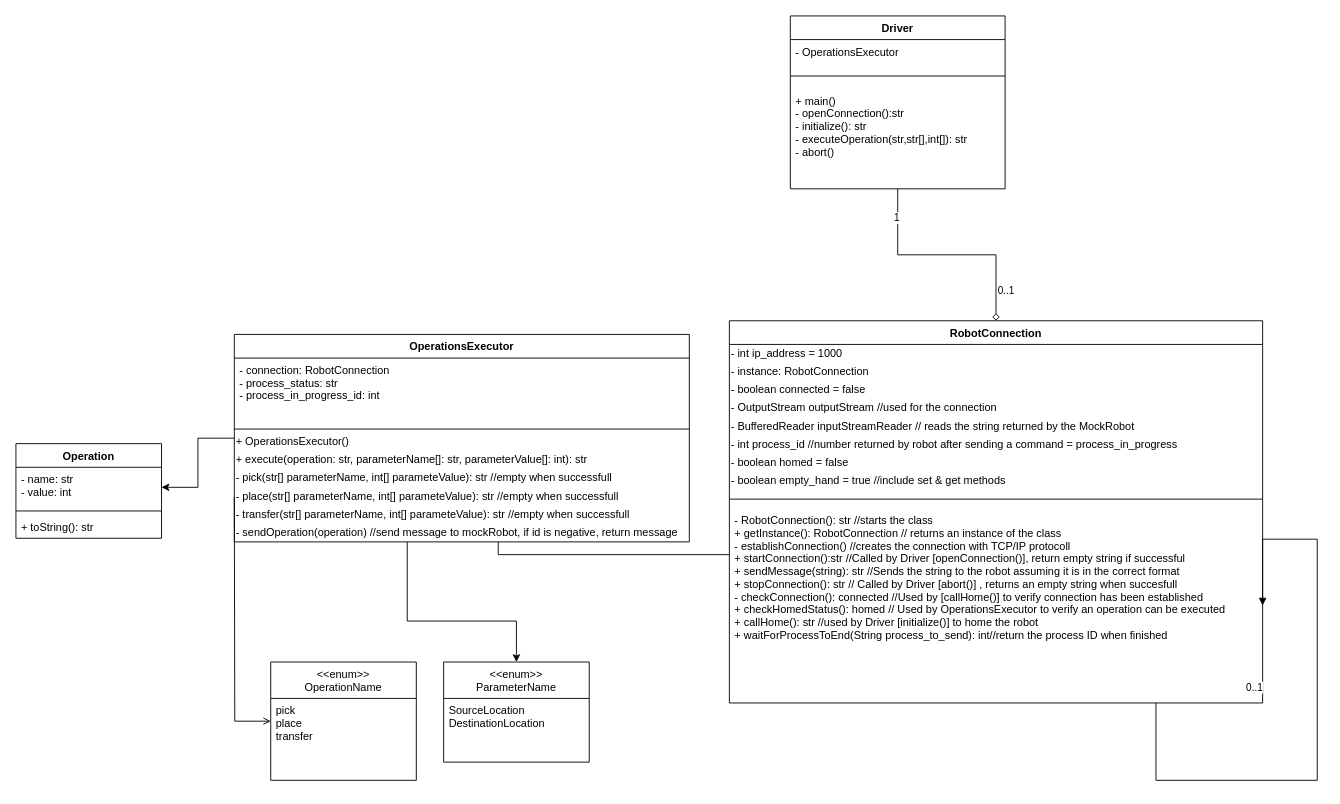
This is Documentation/Driver Class Diagram.drawio from CristinaRiveraV/MockRobot_Device_Driver, a draw.io file, before an edit. Source tidied: cells renumbered, new cells numbered last; positions are measured from the earlier drawing's top-left corner, leaving out a move shared by most shapes. Both pictures are drawn from the tidied source at 91%, with x=0, y=0 at pixel (15, 15).
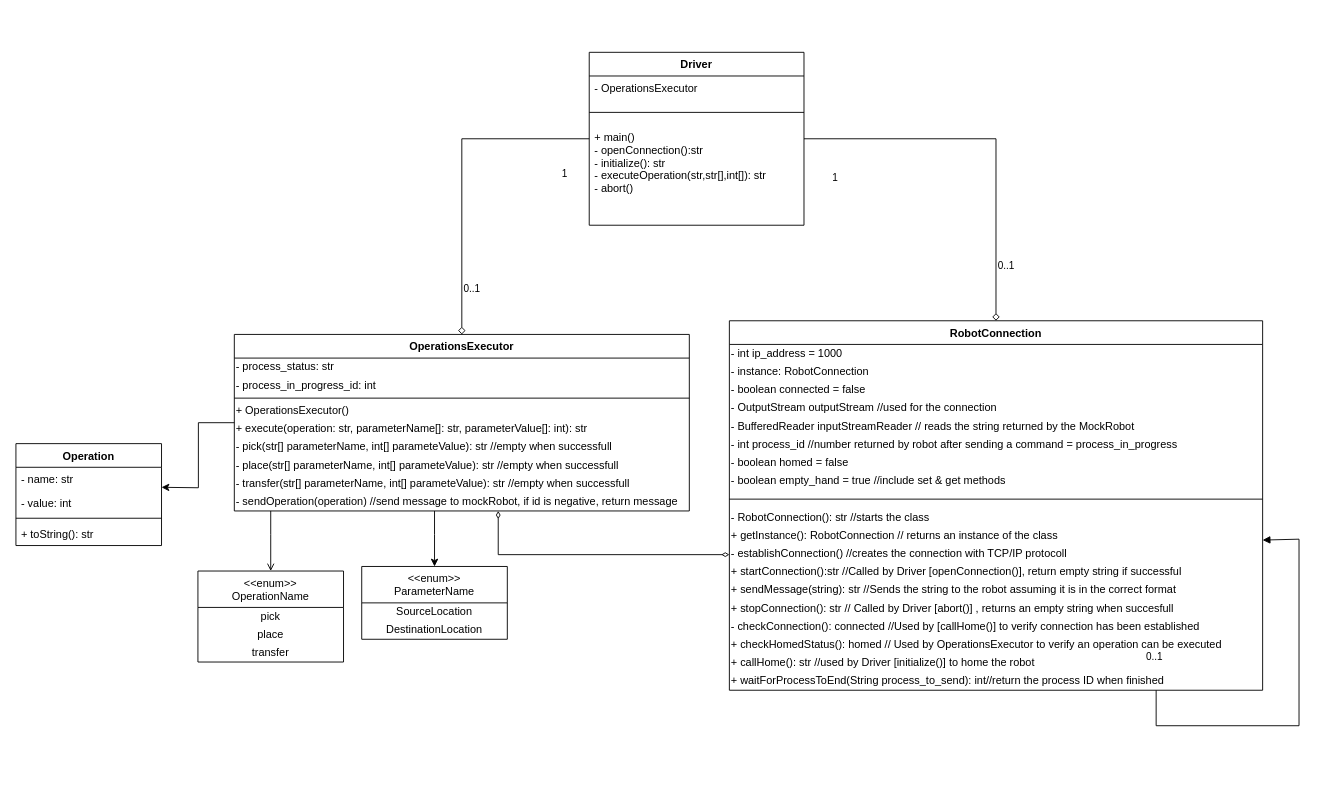
Above is the later version.

The change refers to these unchanged cells:
```xml
<mxCell id="5" value="+ main()&#10;- openConnection():str&#10;- initialize(): str&#10;- executeOperation(str,str[],int[]): str&#10;- abort()&#10;" style="text;strokeColor=none;fillColor=none;align=left;verticalAlign=top;spacingLeft=4;spacingRight=4;overflow=hidden;points=[[0,0.5],[1,0.5]];portConstraint=eastwest;" parent="2" vertex="1">
  <mxGeometry y="80" width="236" height="110" as="geometry" />
</mxCell>
```

The edit, as a diff of the source:
```diff
@@
     <mxCell id="2" value="Driver" style="swimlane;fontStyle=1;align=center;verticalAlign=top;horizontal=1;startSize=26;" parent="1" vertex="1">
-      <mxGeometry x="851" width="236" height="190" as="geometry" />
+      <mxGeometry x="630" y="40" width="236" height="190" as="geometry" />
     </mxCell>
@@
     <mxCell id="6" value="RobotConnection" style="swimlane;fontStyle=1;align=center;verticalAlign=top;horizontal=1;startSize=26;" parent="1" vertex="1">
-      <mxGeometry x="784" y="335" width="586" height="420" as="geometry" />
+      <mxGeometry x="784" y="335" width="586" height="406" as="geometry" />
     </mxCell>
@@
-    <mxCell id="16" value="- RobotConnection(): str //starts the class &#10;+ getInstance(): RobotConnection // returns an instance of the class&#10;- establishConnection() //creates the connection with TCP/IP protocoll&#10;+ startConnection():str //Called by Driver [openConnection()], return empty string if successful&#10;+ sendMessage(string): str //Sends the string to the robot assuming it is in the correct format&#10;+ stopConnection(): str // Called by Driver [abort()] , returns an empty string when succesfull&#10;- checkConnection(): connected //Used by [callHome()] to verify connection has been established&#10;+ checkHomedStatus(): homed // Used by OperationsExecutor to verify an operation can be executed&#10;+ callHome(): str //used by Driver [initialize()] to home the robot&#10;+ waitForProcessToEnd(String process_to_send): int//return the process ID when finished" style="text;strokeColor=none;fillColor=none;align=left;verticalAlign=top;spacingLeft=4;spacingRight=4;overflow=hidden;points=[[0,0.5],[1,0.5]];portConstraint=eastwest;labelBackgroundColor=none;" parent="6" vertex="1">
-      <mxGeometry y="206" width="586" height="214" as="geometry" />
-    </mxCell>
+    <mxCell id="43" value="&lt;span&gt;- RobotConnection(): str //starts the class&amp;nbsp;&lt;/span&gt;" style="text;html=1;strokeColor=none;fillColor=none;align=left;verticalAlign=middle;whiteSpace=wrap;rounded=0;labelBackgroundColor=none;" parent="6" vertex="1">
+      <mxGeometry y="206" width="586" height="20" as="geometry" />
+    </mxCell>
+    <mxCell id="44" value="&lt;span&gt;+ getInstance(): RobotConnection // returns an instance of the class&lt;/span&gt;" style="text;html=1;strokeColor=none;fillColor=none;align=left;verticalAlign=middle;whiteSpace=wrap;rounded=0;labelBackgroundColor=none;" parent="6" vertex="1">
+      <mxGeometry y="226" width="586" height="20" as="geometry" />
+    </mxCell>
+    <mxCell id="45" value="&lt;span&gt;- establishConnection() //creates the connection with TCP/IP protocoll&lt;/span&gt;" style="text;html=1;strokeColor=none;fillColor=none;align=left;verticalAlign=middle;whiteSpace=wrap;rounded=0;labelBackgroundColor=none;" parent="6" vertex="1">
+      <mxGeometry y="246" width="586" height="20" as="geometry" />
+    </mxCell>
+    <mxCell id="46" value="&lt;span&gt;+ startConnection():str //Called by Driver [openConnection()], return empty string if successful&lt;/span&gt;" style="text;html=1;strokeColor=none;fillColor=none;align=left;verticalAlign=middle;whiteSpace=wrap;rounded=0;labelBackgroundColor=none;" parent="6" vertex="1">
+      <mxGeometry y="266" width="586" height="20" as="geometry" />
+    </mxCell>
+    <mxCell id="47" value="&lt;span&gt;+ sendMessage(string): str //Sends the string to the robot assuming it is in the correct format&lt;/span&gt;" style="text;html=1;strokeColor=none;fillColor=none;align=left;verticalAlign=middle;whiteSpace=wrap;rounded=0;labelBackgroundColor=none;" parent="6" vertex="1">
+      <mxGeometry y="286" width="586" height="20" as="geometry" />
+    </mxCell>
+    <mxCell id="48" value="&lt;span&gt;+ stopConnection(): str // Called by Driver [abort()] , returns an empty string when succesfull&lt;/span&gt;" style="text;html=1;strokeColor=none;fillColor=none;align=left;verticalAlign=middle;whiteSpace=wrap;rounded=0;labelBackgroundColor=none;" parent="6" vertex="1">
+      <mxGeometry y="306" width="586" height="20" as="geometry" />
+    </mxCell>
+    <mxCell id="49" value="&lt;span&gt;- checkConnection(): connected //Used by [callHome()] to verify connection has been established&lt;/span&gt;" style="text;html=1;strokeColor=none;fillColor=none;align=left;verticalAlign=middle;whiteSpace=wrap;rounded=0;labelBackgroundColor=none;" parent="6" vertex="1">
+      <mxGeometry y="326" width="586" height="20" as="geometry" />
+    </mxCell>
+    <mxCell id="50" value="&lt;span&gt;+ checkHomedStatus(): homed // Used by OperationsExecutor to verify an operation can be executed&lt;/span&gt;" style="text;html=1;strokeColor=none;fillColor=none;align=left;verticalAlign=middle;whiteSpace=wrap;rounded=0;labelBackgroundColor=none;" parent="6" vertex="1">
+      <mxGeometry y="346" width="586" height="20" as="geometry" />
+    </mxCell>
+    <mxCell id="51" value="&lt;span&gt;+ callHome(): str //used by Driver [initialize()] to home the robot&lt;/span&gt;" style="text;html=1;strokeColor=none;fillColor=none;align=left;verticalAlign=middle;whiteSpace=wrap;rounded=0;labelBackgroundColor=none;" parent="6" vertex="1">
+      <mxGeometry y="366" width="586" height="20" as="geometry" />
+    </mxCell>
+    <mxCell id="52" value="&lt;span&gt;+ waitForProcessToEnd(String process_to_send): int//return the process ID when finished&lt;/span&gt;" style="text;html=1;strokeColor=none;fillColor=none;align=left;verticalAlign=middle;whiteSpace=wrap;rounded=0;labelBackgroundColor=none;" parent="6" vertex="1">
+      <mxGeometry y="386" width="586" height="20" as="geometry" />
+    </mxCell>
-    <mxCell id="17" style="edgeStyle=orthogonalEdgeStyle;rounded=0;orthogonalLoop=1;jettySize=auto;html=1;endArrow=block;endFill=1;entryX=1;entryY=0.5;entryDx=0;entryDy=0;exitX=0.8;exitY=1;exitDx=0;exitDy=0;exitPerimeter=0;" parent="6" edge="1" source="16" target="16">
+    <mxCell id="17" style="edgeStyle=orthogonalEdgeStyle;rounded=0;jettySize=auto;html=1;endArrow=block;endFill=1;entryX=1;entryY=0.75;entryDx=0;entryDy=0;" parent="6" edge="1" source="6" target="44">
       <mxGeometry relative="1" as="geometry">
         <Array as="points">
-          <mxPoint x="469" y="505" />
-          <mxPoint x="646" y="505" />
-          <mxPoint x="646" y="240" />
-          <mxPoint x="586" y="240" />
+          <mxPoint x="469" y="445" />
+          <mxPoint x="626" y="445" />
+          <mxPoint x="626" y="240" />
         </Array>
       </mxGeometry>
     </mxCell>
     <mxCell id="18" value="0..1" style="edgeLabel;html=1;align=center;verticalAlign=middle;" parent="17" vertex="1">
       <mxGeometry x="0.04" y="2" relative="1" as="geometry">
-        <mxPoint x="-68" y="-22" as="offset" />
+        <mxPoint x="-158" y="-44" as="offset" />
       </mxGeometry>
     </mxCell>
     <mxCell id="19" style="edgeStyle=orthogonalEdgeStyle;rounded=0;jettySize=auto;html=1;endArrow=diamond;endFill=0;" parent="1" edge="1" source="2" target="6">
-      <mxGeometry relative="1" as="geometry" />
+      <mxGeometry relative="1" as="geometry">
+        <Array as="points">
+          <mxPoint x="1077" y="135" />
+        </Array>
+      </mxGeometry>
     </mxCell>
@@
     <mxCell id="21" value="1" style="edgeLabel;html=1;align=center;verticalAlign=middle;" parent="19" vertex="1">
       <mxGeometry x="-0.84" y="-2" relative="1" as="geometry">
-        <mxPoint y="11" as="offset" />
+        <mxPoint y="40" as="offset" />
       </mxGeometry>
     </mxCell>
-    <mxCell id="22" style="edgeStyle=orthogonalEdgeStyle;rounded=0;jettySize=auto;html=1;endArrow=none;endFill=0;" parent="1" edge="1" source="25" target="6">
+    <mxCell id="22" style="edgeStyle=orthogonalEdgeStyle;rounded=0;jettySize=auto;html=1;endArrow=diamondThin;endFill=0;startArrow=diamondThin;startFill=0;" parent="1" edge="1" source="25" target="6">
       <mxGeometry relative="1" as="geometry">
         <Array as="points">
           <mxPoint x="530" y="592" />
         </Array>
       </mxGeometry>
     </mxCell>
-    <mxCell id="23" style="edgeStyle=orthogonalEdgeStyle;rounded=0;jettySize=auto;html=1;" parent="1" edge="1" source="25" target="37">
+    <mxCell id="23" style="edgeStyle=orthogonalEdgeStyle;rounded=0;jettySize=auto;html=1;entryX=0.5;entryY=0;entryDx=0;entryDy=0;" parent="1" edge="1" source="25" target="37">
       <mxGeometry relative="1" as="geometry">
         <Array as="points">
-          <mxPoint x="430" y="665" />
-          <mxPoint x="550" y="665" />
+          <mxPoint x="460" y="570" />
+          <mxPoint x="460" y="570" />
         </Array>
       </mxGeometry>
     </mxCell>
-    <mxCell id="24" style="edgeStyle=orthogonalEdgeStyle;rounded=0;jettySize=auto;html=1;" parent="1" edge="1" source="25" target="40">
-      <mxGeometry relative="1" as="geometry" />
+    <mxCell id="24" style="edgeStyle=orthogonalEdgeStyle;rounded=0;jettySize=auto;html=1;" parent="1" edge="1" source="25">
+      <mxGeometry relative="1" as="geometry">
+        <mxPoint x="160" y="518" as="targetPoint" />
+      </mxGeometry>
     </mxCell>
     <mxCell id="25" value="OperationsExecutor" style="swimlane;fontStyle=1;align=center;verticalAlign=top;horizontal=1;startSize=26;" parent="1" vertex="1">
-      <mxGeometry x="240" y="350" width="500" height="228" as="geometry" />
+      <mxGeometry x="240" y="350" width="500" height="194" as="geometry" />
     </mxCell>
-    <mxCell id="26" value="- connection: RobotConnection&#10;- process_status: str&#10;- process_in_progress_id: int&#10;" style="text;strokeColor=none;fillColor=none;align=left;verticalAlign=top;spacingLeft=4;spacingRight=4;overflow=hidden;" parent="25" vertex="1">
-      <mxGeometry y="26" width="500" height="74" as="geometry" />
-    </mxCell>
+    <mxCell id="53" value="&lt;span&gt;- process_status: str&lt;/span&gt;" style="text;html=1;strokeColor=none;fillColor=none;align=left;verticalAlign=middle;whiteSpace=wrap;rounded=0;labelBackgroundColor=none;" parent="25" vertex="1">
+      <mxGeometry y="26" width="500" height="20" as="geometry" />
+    </mxCell>
+    <mxCell id="54" value="- process_in_progress_id: int" style="text;html=1;strokeColor=none;fillColor=none;align=left;verticalAlign=middle;whiteSpace=wrap;rounded=0;labelBackgroundColor=none;" parent="25" vertex="1">
+      <mxGeometry y="46" width="500" height="20" as="geometry" />
+    </mxCell>
     <mxCell id="27" style="line;strokeWidth=1;fillColor=none;align=left;verticalAlign=middle;spacingTop=-1;spacingLeft=3;spacingRight=3;labelPosition=right;" parent="25" vertex="1">
-      <mxGeometry y="100" width="500" height="8" as="geometry" />
+      <mxGeometry y="66" width="500" height="8" as="geometry" />
     </mxCell>
     <mxCell id="28" value="+ OperationsExecutor()" style="text;html=1;strokeColor=none;fillColor=none;align=left;verticalAlign=middle;whiteSpace=wrap;rounded=0;labelBackgroundColor=none;" parent="25" vertex="1">
-      <mxGeometry y="108" width="500" height="20" as="geometry" />
+      <mxGeometry y="74" width="500" height="20" as="geometry" />
     </mxCell>
     <mxCell id="29" value="&lt;span&gt;+ execute(operation: str, parameterName[]: str, parameterValue[]: int): str&lt;/span&gt;" style="text;html=1;strokeColor=none;fillColor=none;align=left;verticalAlign=middle;whiteSpace=wrap;rounded=0;labelBackgroundColor=none;" parent="25" vertex="1">
-      <mxGeometry y="128" width="500" height="20" as="geometry" />
+      <mxGeometry y="94" width="500" height="20" as="geometry" />
     </mxCell>
     <mxCell id="30" value="&lt;span&gt;- pick(str[] parameterName, int[] parameteValue): str //empty when successfull&lt;/span&gt;" style="text;html=1;strokeColor=none;fillColor=none;align=left;verticalAlign=middle;whiteSpace=wrap;rounded=0;labelBackgroundColor=none;" parent="25" vertex="1">
-      <mxGeometry y="148" width="500" height="20" as="geometry" />
+      <mxGeometry y="114" width="500" height="20" as="geometry" />
     </mxCell>
     <mxCell id="31" value="&lt;span&gt;- place(str[] parameterName, int[] parameteValue): str //empty when successfull&lt;/span&gt;" style="text;html=1;strokeColor=none;fillColor=none;align=left;verticalAlign=middle;whiteSpace=wrap;rounded=0;labelBackgroundColor=none;" parent="25" vertex="1">
-      <mxGeometry y="168" width="500" height="20" as="geometry" />
+      <mxGeometry y="134" width="500" height="20" as="geometry" />
     </mxCell>
     <mxCell id="32" value="&lt;span&gt;- transfer(str[] parameterName, int[] parameteValue): str //empty when successfull&lt;/span&gt;" style="text;html=1;strokeColor=none;fillColor=none;align=left;verticalAlign=middle;whiteSpace=wrap;rounded=0;labelBackgroundColor=none;" parent="25" vertex="1">
-      <mxGeometry y="188" width="500" height="20" as="geometry" />
+      <mxGeometry y="154" width="500" height="20" as="geometry" />
     </mxCell>
     <mxCell id="33" value="- sendOperation(operation) //send message to mockRobot, if id is negative, return message" style="text;html=1;strokeColor=none;fillColor=none;align=left;verticalAlign=middle;whiteSpace=wrap;rounded=0;labelBackgroundColor=none;" parent="25" vertex="1">
-      <mxGeometry y="208" width="500" height="20" as="geometry" />
+      <mxGeometry y="174" width="500" height="20" as="geometry" />
     </mxCell>
-    <mxCell id="34" style="edgeStyle=orthogonalEdgeStyle;rounded=0;jettySize=auto;html=1;endArrow=none;endFill=0;startArrow=open;startFill=0;entryX=0;entryY=0.5;entryDx=0;entryDy=0;" parent="1" edge="1" source="35">
+    <mxCell id="34" style="edgeStyle=orthogonalEdgeStyle;rounded=0;jettySize=auto;html=1;endArrow=none;endFill=0;startArrow=open;startFill=0;" parent="1" edge="1" source="35" target="33">
       <mxGeometry relative="1" as="geometry">
-        <mxPoint x="240" y="529" as="targetPoint" />
+        <Array as="points">
+          <mxPoint x="280" y="570" />
+          <mxPoint x="280" y="570" />
+        </Array>
       </mxGeometry>
     </mxCell>
     <mxCell id="35" value="&lt;&lt;enum&gt;&gt;&#10;OperationName" style="swimlane;fontStyle=0;horizontal=1;startSize=40;fillColor=none;" parent="1" vertex="1">
-      <mxGeometry x="280" y="710" width="160" height="130" as="geometry" />
+      <mxGeometry x="200" y="610" width="160" height="100" as="geometry" />
     </mxCell>
-    <mxCell id="36" value="pick&#10;place&#10;transfer" style="text;strokeColor=none;fillColor=none;align=left;verticalAlign=top;spacingLeft=4;spacingRight=4;overflow=hidden;" parent="35" vertex="1">
-      <mxGeometry y="40" width="160" height="90" as="geometry" />
-    </mxCell>
+    <mxCell id="55" value="pick" style="text;html=1;strokeColor=none;fillColor=none;align=center;verticalAlign=middle;whiteSpace=wrap;rounded=0;labelBackgroundColor=none;" parent="35" vertex="1">
+      <mxGeometry y="40" width="160" height="20" as="geometry" />
+    </mxCell>
+    <mxCell id="56" value="&lt;span&gt;place&lt;/span&gt;" style="text;html=1;strokeColor=none;fillColor=none;align=center;verticalAlign=middle;whiteSpace=wrap;rounded=0;labelBackgroundColor=none;" parent="35" vertex="1">
+      <mxGeometry y="60" width="160" height="20" as="geometry" />
+    </mxCell>
+    <mxCell id="57" value="transfer" style="text;html=1;strokeColor=none;fillColor=none;align=center;verticalAlign=middle;whiteSpace=wrap;rounded=0;labelBackgroundColor=none;" parent="35" vertex="1">
+      <mxGeometry y="80" width="160" height="20" as="geometry" />
+    </mxCell>
     <mxCell id="37" value="&lt;&lt;enum&gt;&gt;&#10;ParameterName" style="swimlane;fontStyle=0;horizontal=1;startSize=40;fillColor=none;" parent="1" vertex="1">
-      <mxGeometry x="470" y="710" width="160" height="110" as="geometry" />
+      <mxGeometry x="380" y="605" width="160" height="80" as="geometry" />
     </mxCell>
-    <mxCell id="38" value="SourceLocation&#10;DestinationLocation&#10;" style="text;strokeColor=none;fillColor=none;align=left;verticalAlign=top;spacingLeft=4;spacingRight=4;overflow=hidden;" parent="37" vertex="1">
-      <mxGeometry y="40" width="160" height="70" as="geometry" />
-    </mxCell>
+    <mxCell id="58" value="&lt;span style=&quot;text-align: left&quot;&gt;SourceLocation&lt;/span&gt;" style="text;html=1;strokeColor=none;fillColor=none;align=center;verticalAlign=middle;whiteSpace=wrap;rounded=0;labelBackgroundColor=none;" parent="37" vertex="1">
+      <mxGeometry y="40" width="160" height="20" as="geometry" />
+    </mxCell>
+    <mxCell id="59" value="&lt;span style=&quot;text-align: left&quot;&gt;DestinationLocation&lt;/span&gt;" style="text;html=1;strokeColor=none;fillColor=none;align=center;verticalAlign=middle;whiteSpace=wrap;rounded=0;labelBackgroundColor=none;" parent="37" vertex="1">
+      <mxGeometry y="60" width="160" height="20" as="geometry" />
+    </mxCell>
     <mxCell id="39" value="Operation" style="swimlane;fontStyle=1;align=center;verticalAlign=top;horizontal=1;startSize=26;" parent="1" vertex="1">
-      <mxGeometry y="470" width="160" height="104" as="geometry" />
+      <mxGeometry y="470" width="160" height="112" as="geometry" />
     </mxCell>
-    <mxCell id="40" value="- name: str&#10;- value: int" style="text;strokeColor=none;fillColor=none;align=left;verticalAlign=top;spacingLeft=4;spacingRight=4;overflow=hidden;points=[[0,0.5],[1,0.5]];portConstraint=eastwest;" parent="39" vertex="1">
-      <mxGeometry y="26" width="160" height="44" as="geometry" />
-    </mxCell>
+    <mxCell id="60" value="- name: str" style="text;strokeColor=none;fillColor=none;align=left;verticalAlign=top;spacingLeft=4;spacingRight=4;overflow=hidden;" parent="39" vertex="1">
+      <mxGeometry y="26" width="160" height="26" as="geometry" />
+    </mxCell>
+    <mxCell id="61" value="- value: int" style="text;strokeColor=none;fillColor=none;align=left;verticalAlign=top;spacingLeft=4;spacingRight=4;overflow=hidden;" parent="39" vertex="1">
+      <mxGeometry y="52" width="160" height="26" as="geometry" />
+    </mxCell>
     <mxCell id="41" style="line;strokeWidth=1;fillColor=none;align=left;verticalAlign=middle;spacingTop=-1;spacingLeft=3;spacingRight=3;labelPosition=right;" parent="39" vertex="1">
-      <mxGeometry y="70" width="160" height="8" as="geometry" />
+      <mxGeometry y="78" width="160" height="8" as="geometry" />
     </mxCell>
     <mxCell id="42" value="+ toString(): str" style="text;strokeColor=none;fillColor=none;align=left;verticalAlign=top;spacingLeft=4;spacingRight=4;overflow=hidden;" parent="39" vertex="1">
-      <mxGeometry y="78" width="160" height="26" as="geometry" />
+      <mxGeometry y="86" width="160" height="26" as="geometry" />
     </mxCell>
+    <mxCell id="62" style="edgeStyle=orthogonalEdgeStyle;rounded=0;jettySize=auto;html=1;endArrow=diamond;endFill=0;" parent="1" edge="1" source="5" target="25">
+      <mxGeometry relative="1" as="geometry">
+        <Array as="points">
+          <mxPoint x="490" y="135" />
+        </Array>
+      </mxGeometry>
+    </mxCell>
+    <mxCell id="63" value="0..1" style="edgeLabel;html=1;align=center;verticalAlign=middle;" parent="62" vertex="1">
+      <mxGeometry x="0.66" y="-4" relative="1" as="geometry">
+        <mxPoint x="14" y="9" as="offset" />
+      </mxGeometry>
+    </mxCell>
+    <mxCell id="64" value="1" style="edgeLabel;html=1;align=center;verticalAlign=middle;" parent="62" vertex="1">
+      <mxGeometry x="-0.84" y="-2" relative="1" as="geometry">
+        <mxPoint y="40" as="offset" />
+      </mxGeometry>
+    </mxCell>
```
